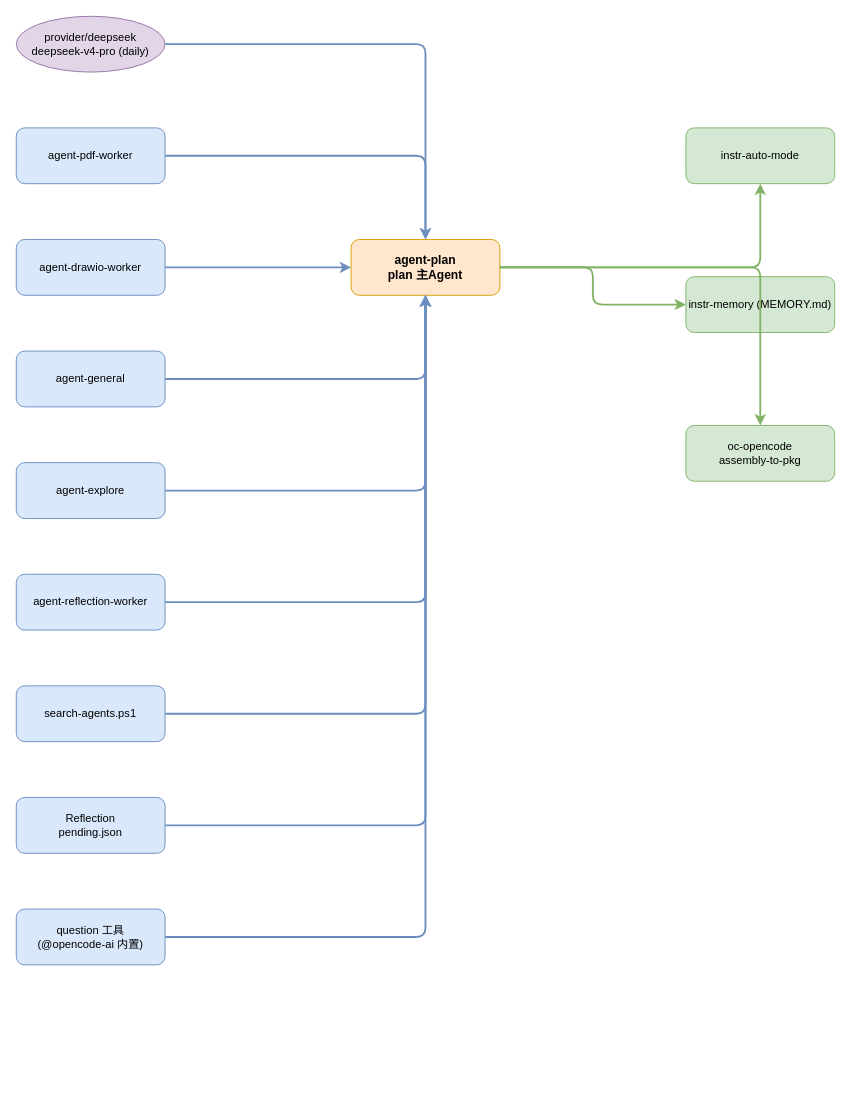
Before: 05-drawio/assembly/agent-plan.drawio in zako-mio/opencode-dag-analysis, a draw.io diagram. Source tidied: cells renumbered, new cells numbered last; positions are measured from the earlier drawing's top-left corner, leaving out a move shared by most shapes. Both pictures are drawn from the tidied source at 93%, with x=0, y=0 at pixel (16, 16).
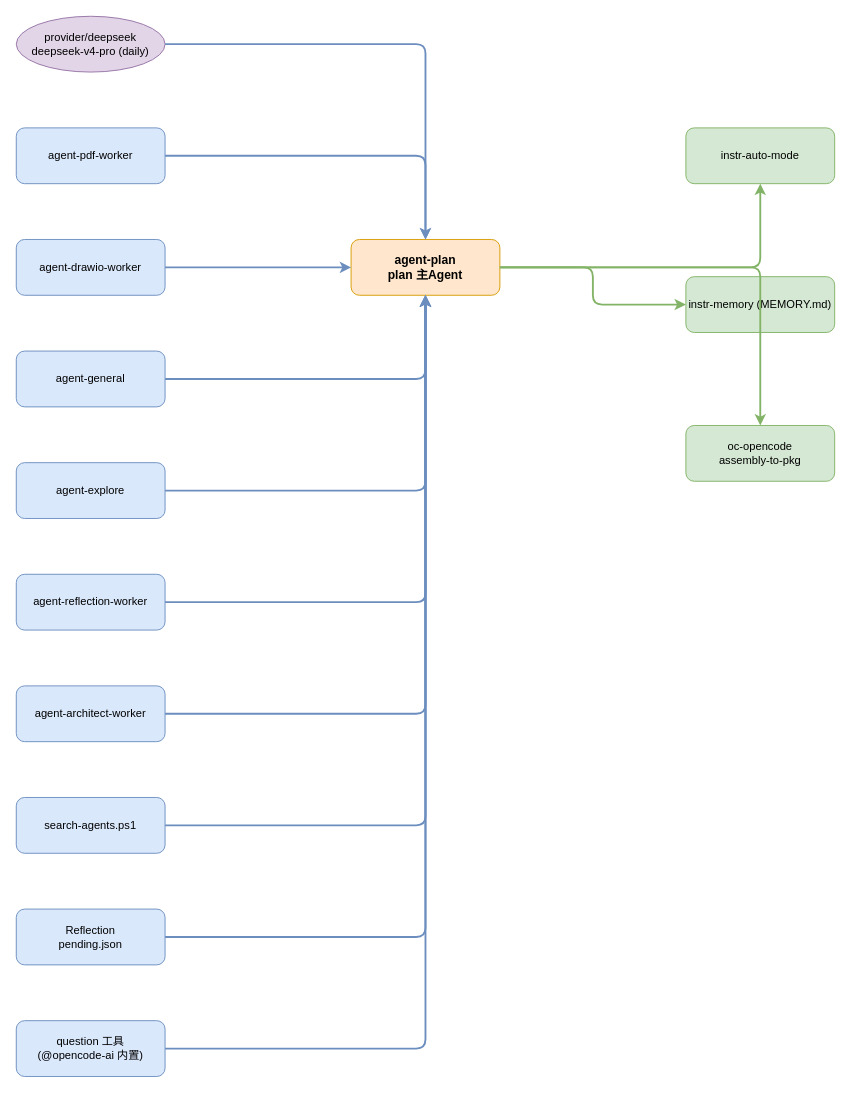
After the change.

The change refers to these unchanged cells:
```xml
<mxCell id="2" value="agent-plan&#10;plan 主Agent" style="rounded=1;whiteSpace=wrap;html=1;fontFamily=Microsoft YaHei;fillColor=#ffe6cc;strokeColor=#d79b00;fontStyle=1;fontSize=13;" parent="1" vertex="1">
  <mxGeometry x="360" y="240" width="160" height="60" as="geometry" />
</mxCell>
```

What changed in the source:
```diff
@@
+    <mxCell id="27" value="agent-architect-worker" style="rounded=1;whiteSpace=wrap;html=1;fontFamily=Microsoft YaHei;fillColor=#dae8fc;strokeColor=#6c8ebf;" parent="1" vertex="1">
+      <mxGeometry y="720" width="160" height="60" as="geometry" />
+    </mxCell>
     <mxCell id="9" value="search-agents.ps1" style="rounded=1;whiteSpace=wrap;html=1;fontFamily=Microsoft YaHei;fillColor=#dae8fc;strokeColor=#6c8ebf;" parent="1" vertex="1">
-      <mxGeometry y="720" width="160" height="60" as="geometry" />
+      <mxGeometry y="840" width="160" height="60" as="geometry" />
     </mxCell>
     <mxCell id="10" value="Reflection&#10;pending.json" style="rounded=1;whiteSpace=wrap;html=1;fontFamily=Microsoft YaHei;fillColor=#dae8fc;strokeColor=#6c8ebf;" parent="1" vertex="1">
-      <mxGeometry y="840" width="160" height="60" as="geometry" />
+      <mxGeometry y="960" width="160" height="60" as="geometry" />
     </mxCell>
     <mxCell id="11" value="question 工具&#10;(@opencode-ai 内置)" style="rounded=1;whiteSpace=wrap;html=1;fontFamily=Microsoft YaHei;fillColor=#dae8fc;strokeColor=#6c8ebf;" parent="1" vertex="1">
-      <mxGeometry y="960" width="160" height="60" as="geometry" />
+      <mxGeometry y="1080" width="160" height="60" as="geometry" />
     </mxCell>
@@
+    <mxCell id="28" style="edgeStyle=orthogonalEdgeStyle;rounded=1;html=1;strokeColor=#6c8ebf;strokeWidth=2;endArrow=classic;" parent="1" edge="1" source="27" target="2">
+      <mxGeometry relative="1" as="geometry" />
+    </mxCell>
```
